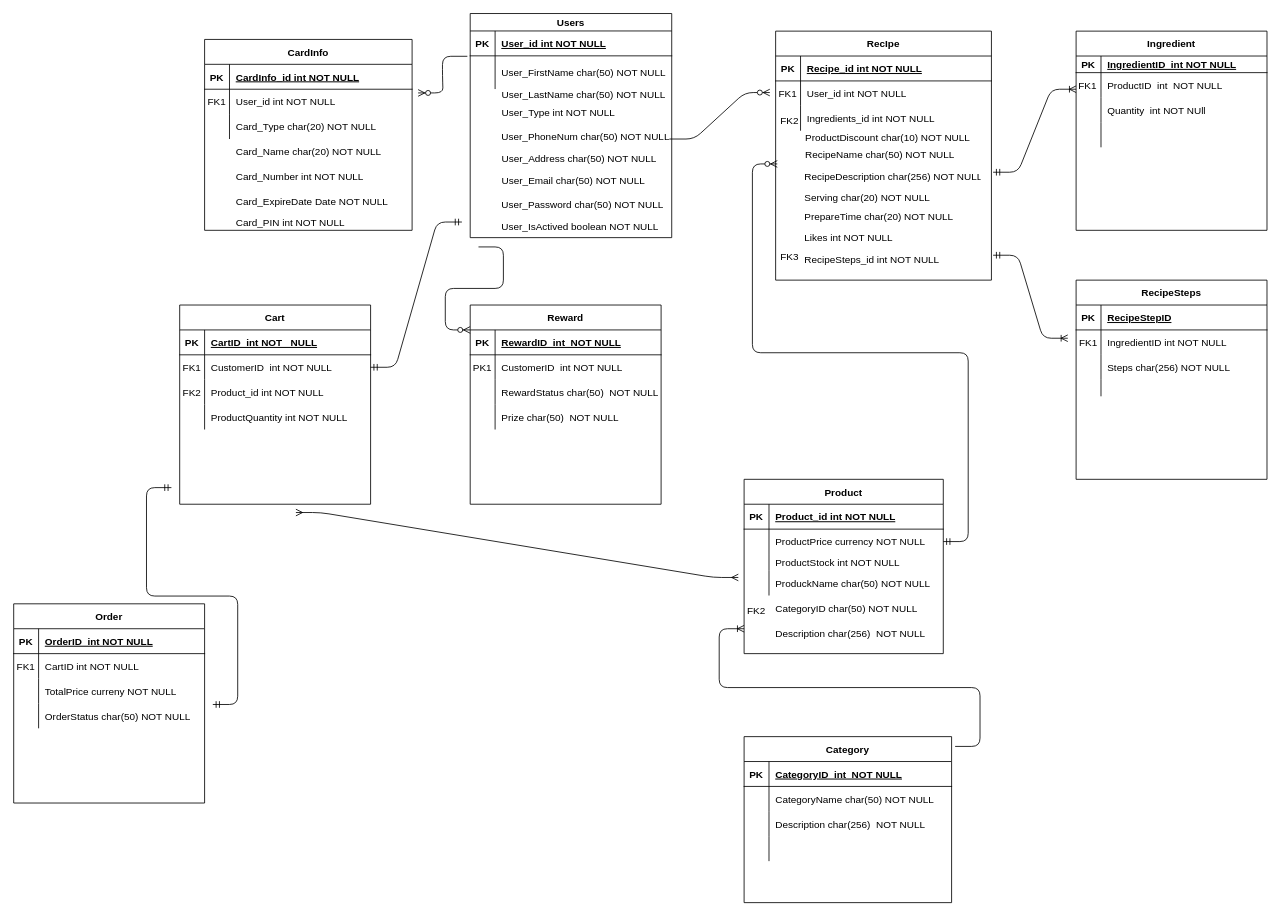
Above: page "Page-1" (1 of 2) of ERD.drawio in Wavergg/721SoftwareEngineering (draw.io), before the change. Source tidied: cells renumbered, new cells numbered last; positions are measured from the earlier drawing's top-left corner, leaving out a move shared by most shapes. Both pictures are drawn from the tidied source at 83%, with x=0, y=0 at pixel (13, 13).
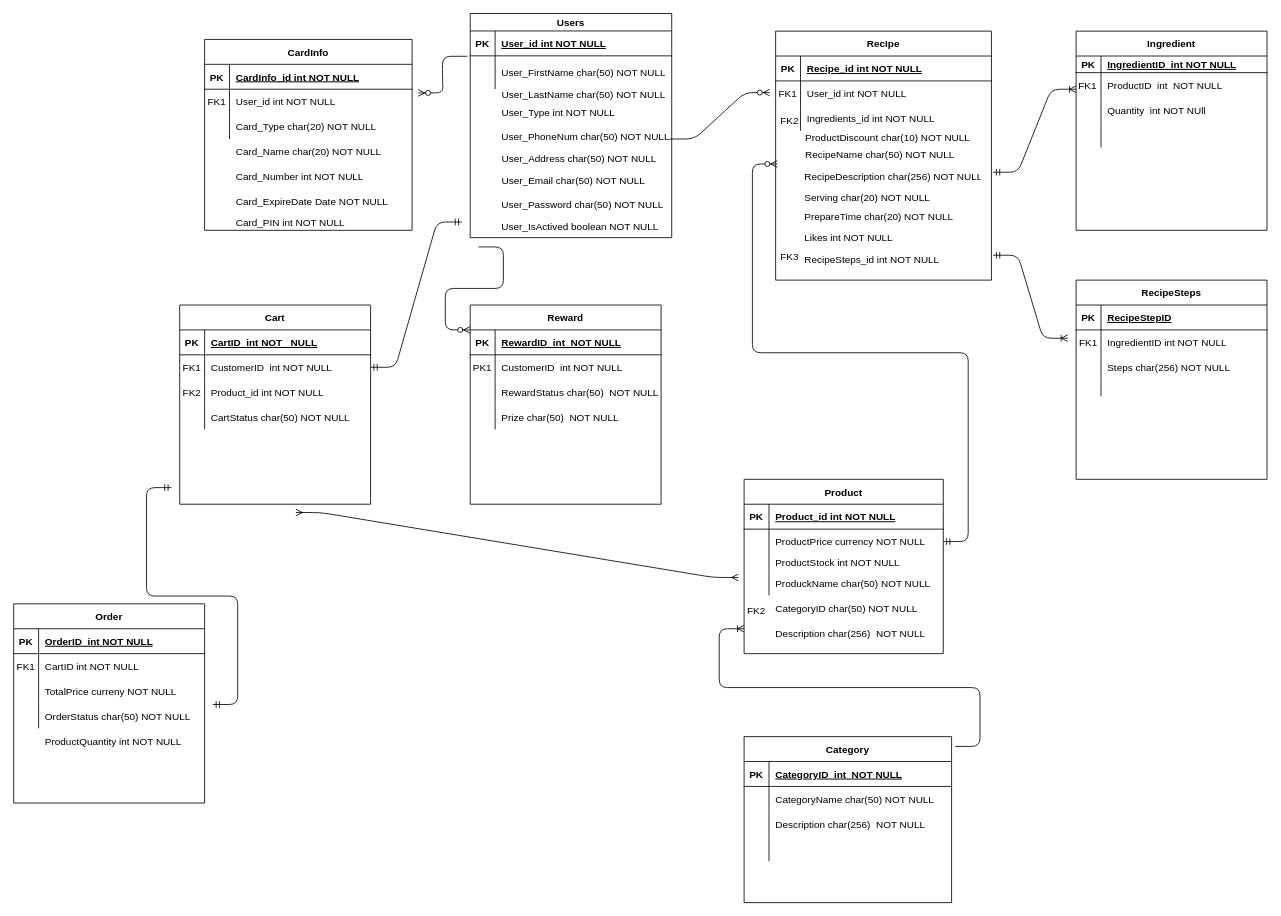
Above is the later version.

The change refers to these unchanged cells:
```xml
<mxCell id="108" style="shape=partialRectangle;fillColor=none;top=0;left=0;bottom=0;right=0;" parent="98" vertex="1">
  <mxGeometry y="120" width="230" height="30" as="geometry" />
</mxCell>
```

Change to the diagram source:
```diff
@@
-    <mxCell id="110" value="ProductQuantity int NOT NULL" style="shape=partialRectangle;fillColor=none;top=0;left=0;bottom=0;right=0;align=left;spacingLeft=6;overflow=hidden;" parent="108" vertex="1">
+    <mxCell id="110" value="CartStatus char(50) NOT NULL" style="shape=partialRectangle;fillColor=none;top=0;left=0;bottom=0;right=0;align=left;spacingLeft=6;overflow=hidden;" parent="108" vertex="1">
       <mxGeometry x="30" width="200" height="30" as="geometry" />
     </mxCell>
@@
+    <mxCell id="162" value="ProductQuantity int NOT NULL" style="shape=partialRectangle;fillColor=none;top=0;left=0;bottom=0;right=0;align=left;spacingLeft=6;overflow=hidden;" parent="1" vertex="1">
+      <mxGeometry x="30" y="861" width="200" height="30" as="geometry" />
+    </mxCell>
```
